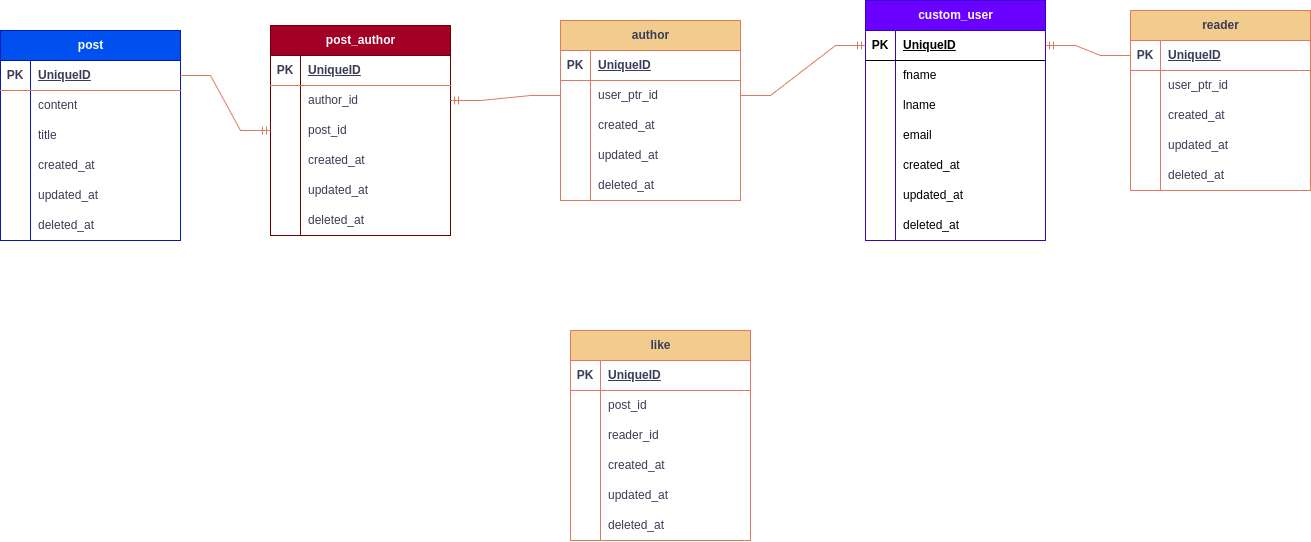
Earlier version of the draw.io export BlogApp_ERD.drawio.png (MohammadYeganeFar/Blog_App). Source tidied: cells renumbered, new cells last; positions are measured from the earlier drawing's top-left corner, leaving out a move shared by most shapes.
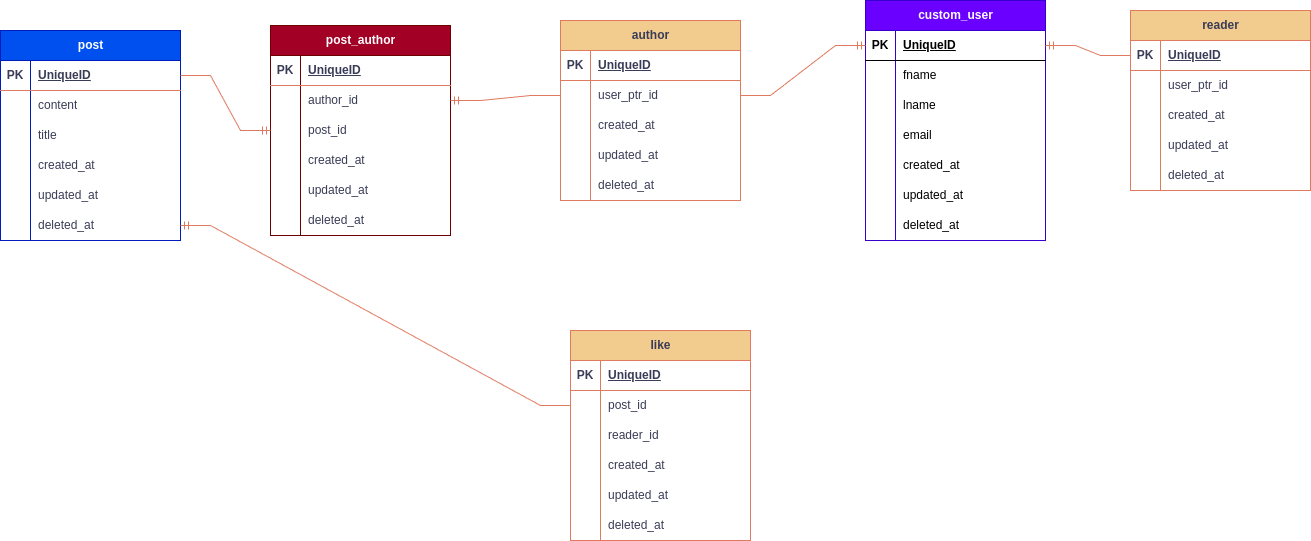
Later version of the same file.

Commit message:
Update BlogApp_ERD.drawio.png: add relation from like to post table

Diff of the diagram source:
```diff
@@ -347,5 +347,8 @@
     <mxCell id="116" style="edgeStyle=entityRelationEdgeStyle;fontSize=12;html=1;endArrow=ERmandOne;rounded=0;strokeColor=#E07A5F;fontColor=#393C56;fillColor=#F2CC8F;entryX=1;entryY=0.5;entryDx=0;entryDy=0;exitX=0;exitY=0.5;exitDx=0;exitDy=0;" parent="1" edge="1" source="82" target="19">
       <mxGeometry relative="1" as="geometry" />
     </mxCell>
+    <mxCell id="117" style="edgeStyle=entityRelationEdgeStyle;fontSize=12;html=1;endArrow=ERmandOne;rounded=0;strokeColor=#E07A5F;fontColor=#393C56;fillColor=#F2CC8F;exitX=0;exitY=0.5;exitDx=0;exitDy=0;entryX=1;entryY=0.5;entryDx=0;entryDy=0;" parent="1" edge="1" source="101" target="57">
+      <mxGeometry relative="1" as="geometry" />
+    </mxCell>
   </root>
 </mxGraphModel>
```
